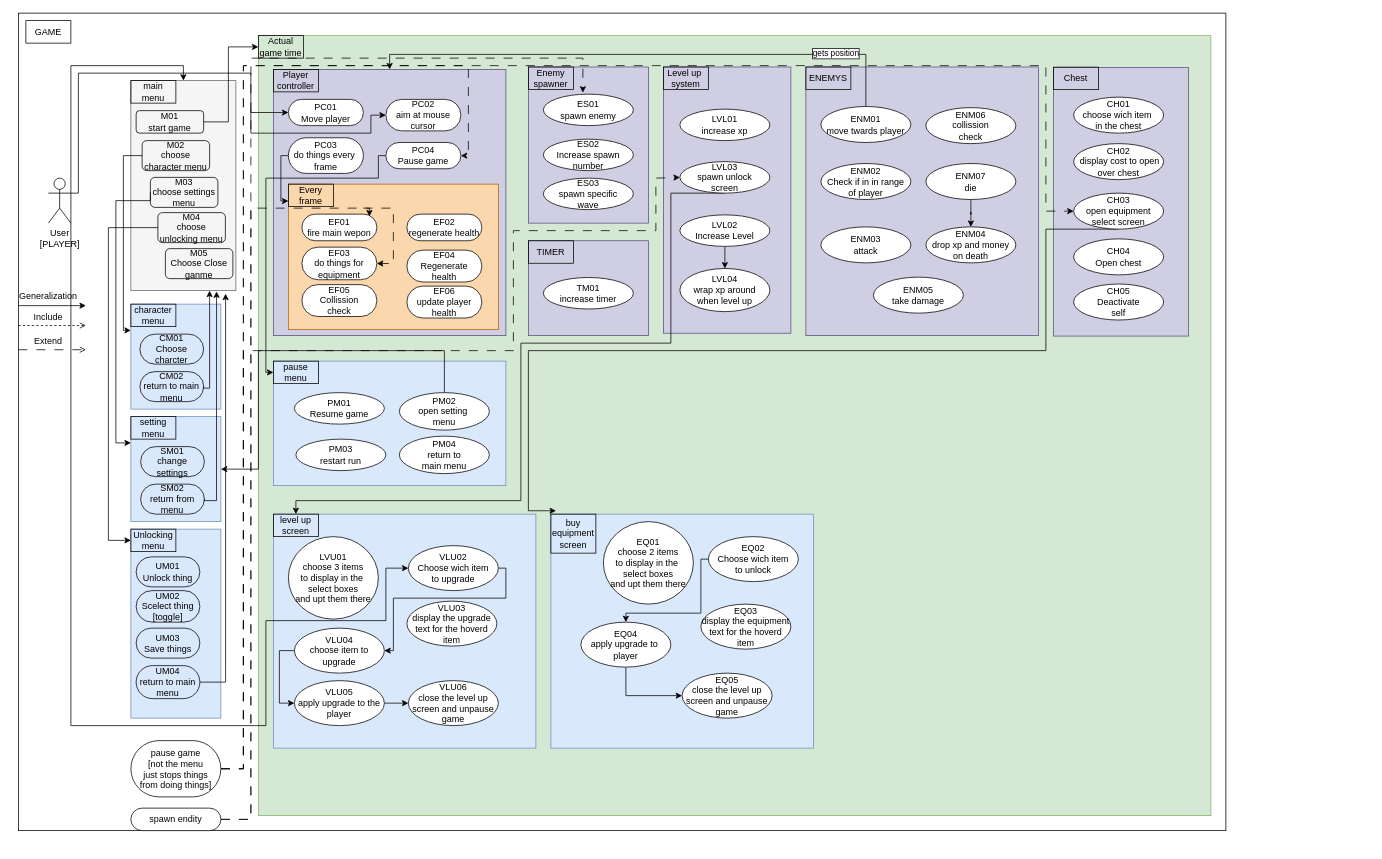
Above: Documentation files/use case diagram.drawio in Ulibomber1/Middlespace-Survivor (draw.io), before the change. Source tidied: cells renumbered, new cells numbered last; positions are measured from the earlier drawing's top-left corner, leaving out a move shared by most shapes. Both pictures are drawn from the tidied source at 75%, with x=0, y=0 at pixel (18, 13).
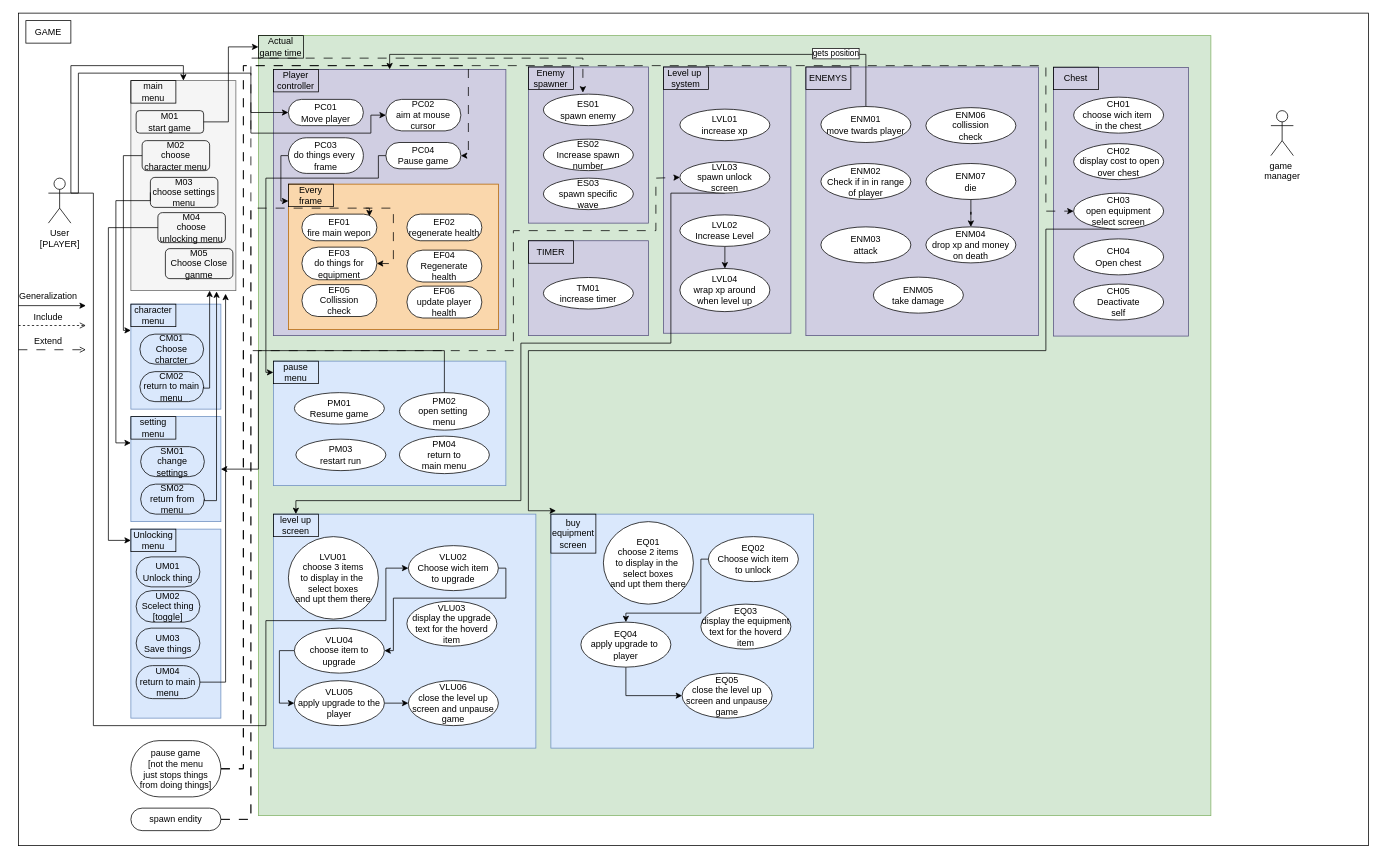
After the change.

Unchanged cells that the change refers to:
```xml
<mxCell id="4" value="User&lt;br&gt;[PLAYER]" style="shape=umlActor;verticalLabelPosition=bottom;verticalAlign=top;html=1;outlineConnect=0;" parent="1" vertex="1">
  <mxGeometry x="40" y="220" width="30" height="60" as="geometry" />
</mxCell>
<mxCell id="115" value="VLU02&lt;br&gt;Choose wich item&lt;br&gt;to upgrade" style="ellipse;whiteSpace=wrap;html=1;" parent="1" vertex="1">
  <mxGeometry x="520" y="710" width="120" height="60" as="geometry" />
</mxCell>
```

What changed in the source:
```diff
@@
     <mxCell id="2" style="rounded=0;whiteSpace=wrap;html=1;" parent="1" vertex="1">
-      <mxGeometry width="1610" height="1090" as="geometry" />
+      <mxGeometry width="1800" height="1110" as="geometry" />
     </mxCell>
@@
     <mxCell id="116" style="edgeStyle=orthogonalEdgeStyle;rounded=0;sketch=0;jettySize=auto;html=1;exitX=1;exitY=0.3333333333333333;exitDx=0;exitDy=0;exitPerimeter=0;" parent="1" edge="1" source="4" target="115">
       <mxGeometry relative="1" as="geometry">
         <Array as="points">
-          <mxPoint x="70" y="950" />
+          <mxPoint x="100" y="240" />
+          <mxPoint x="100" y="950" />
           <mxPoint x="330" y="950" />
           <mxPoint x="330" y="810" />
           <mxPoint x="490" y="810" />
           <mxPoint x="490" y="740" />
         </Array>
       </mxGeometry>
     </mxCell>
@@
+    <mxCell id="132" value="game&amp;nbsp;&lt;br&gt;manager" style="shape=umlActor;verticalLabelPosition=bottom;verticalAlign=top;html=1;" parent="1" vertex="1">
+      <mxGeometry x="1670" y="130" width="30" height="60" as="geometry" />
+    </mxCell>
```
